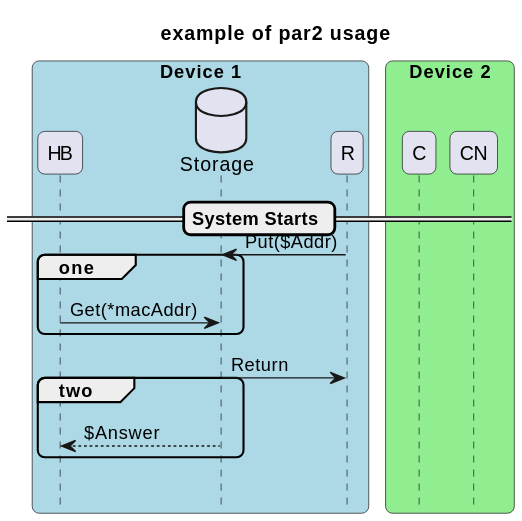
This is testPar2Proof.svg from jimnelson372/plantuml_fork, a PlantUML export, as it was before one commit.
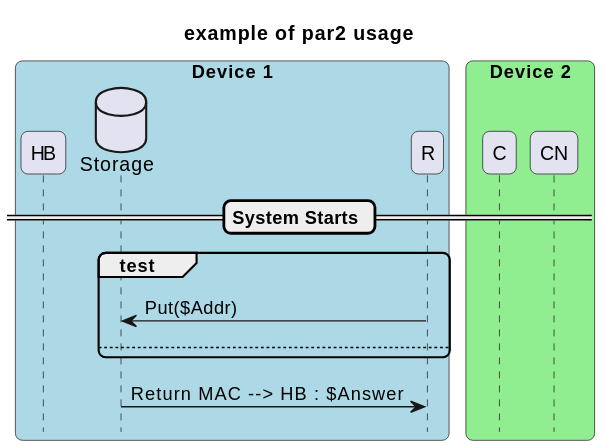
The same diagram one commit later.

Diff of the diagram source:
```diff
@@ -21,16 +21,11 @@
 
 == System Starts ==
 
-par2
- group one
-  HB -> MAC :  Get(*macAddr)
- end
- group two
-  MAC --> HB : $Answer
- end
+Group test
+R -> MAC :  Put($Addr)
+
 else
-R -> MAC :  Put($Addr)
-MAC -> R :  Return
+end
 
-end
+MAC -> R :  Return  MAC --> HB : $Answer
 @enduml
```
